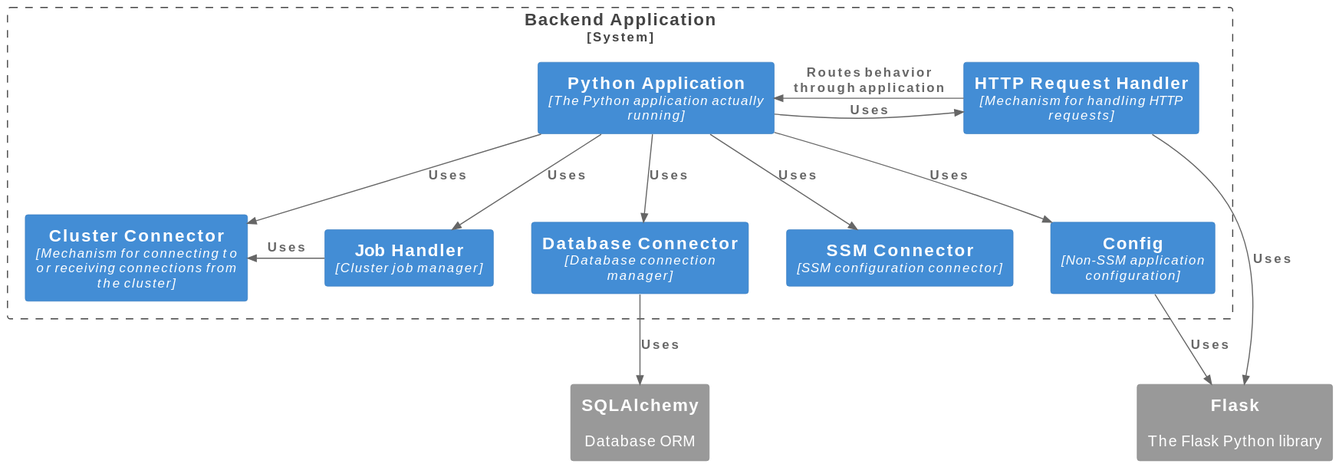
uclahs-cds/package-moPepGen keeps this PlantUML diagram as docs/webapp/backend application.svg. Above is the earlier version. The source it was exported from:
```plantuml
@startuml
!startsub config

!include https://raw.githubusercontent.com/plantuml-stdlib/C4-PlantUML/master/C4_Container.puml
HIDE_STEREOTYPE()

!define DEVICONS https://raw.githubusercontent.com/tupadr3/plantuml-icon-font-sprites/master/devicons2
!include DEVICONS/flask_original.puml
!include DEVICONS/postgresql.puml
!include DEVICONS/r.puml
!include DEVICONS/python.puml

!define FONTAWESOME https://raw.githubusercontent.com/tupadr3/plantuml-icon-font-sprites/master/font-awesome-5
!include FONTAWESOME/users.puml
!include FONTAWESOME/lock.puml

!endsub

System_Boundary(BackendApplication, "Backend Application", "The application coordinating MoPepGen execution") {
    Container(PythonApplication, "Python Application", "The Python application actually running")
    Container(HTTPRequestHandler, "HTTP Request Handler", "Mechanism for handling HTTP requests")
    Container(ClusterConnector, "Cluster Connector", "Mechanism for connecting to or receiving connections from the cluster")
    Container(JobHandler, "Job Handler", "Cluster job manager")
    Container(DatabaseConnector, "Database Connector", "Database connection manager")
    Container(SSMConnector, "SSM Connector", "SSM configuration connector")
    Container(Config, "Config", "Non-SSM application configuration")

    Rel_Right(PythonApplication, HTTPRequestHandler, "Uses")
    Rel_Left(HTTPRequestHandler, PythonApplication, "Routes behavior through application")

    Rel(PythonApplication, ClusterConnector, "Uses")
    Rel(PythonApplication, JobHandler, "Uses")
    Rel(PythonApplication, DatabaseConnector, "Uses")
    Rel(PythonApplication, SSMConnector, "Uses")
    Rel(PythonApplication, Config, "Uses")

    Rel_Left(JobHandler, ClusterConnector, "Uses")
}

System_Ext(Flask, "Flask", "The Flask Python library")
Rel(HTTPRequestHandler, Flask, "Uses")
Rel(Config, Flask, "Uses")

System_Ext(SQLAlchemy, "SQLAlchemy", "Database ORM")
Rel(DatabaseConnector, SQLAlchemy, "Uses")
@enduml
```
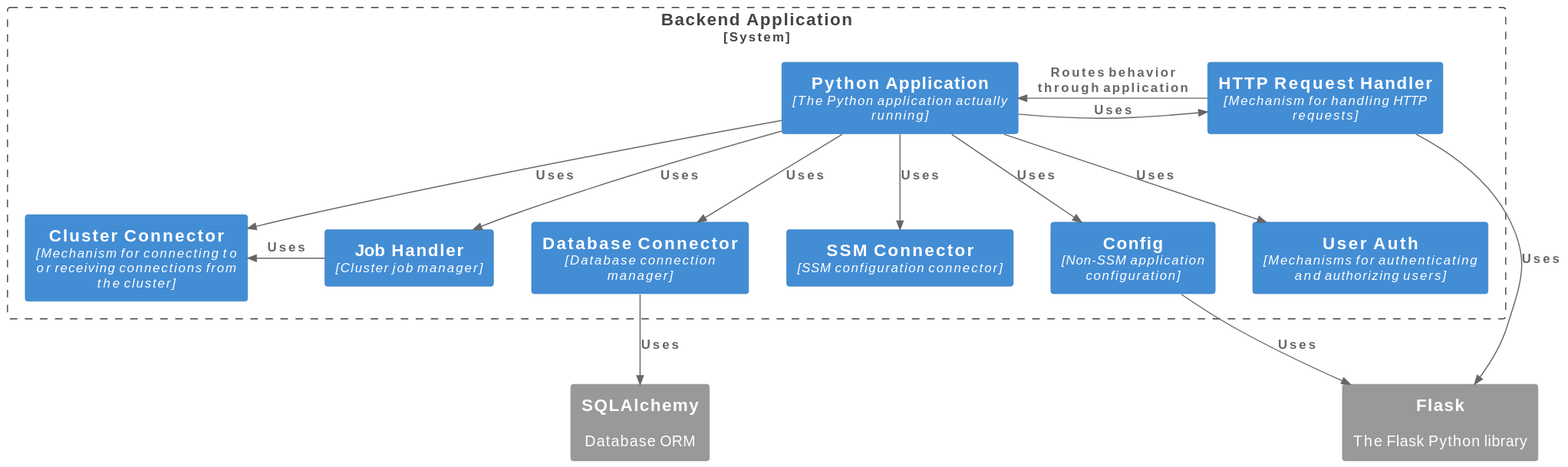
After the commit.

Commit message:
Add user auth to backend diagram

Diff of the diagram source:
```diff
@@ -24,6 +24,7 @@
     Container(DatabaseConnector, "Database Connector", "Database connection manager")
     Container(SSMConnector, "SSM Connector", "SSM configuration connector")
     Container(Config, "Config", "Non-SSM application configuration")
+    Container(UserAuth, "User Auth", "Mechanisms for authenticating and authorizing users")
 
     Rel_Right(PythonApplication, HTTPRequestHandler, "Uses")
     Rel_Left(HTTPRequestHandler, PythonApplication, "Routes behavior through application")
@@ -33,6 +34,7 @@
     Rel(PythonApplication, DatabaseConnector, "Uses")
     Rel(PythonApplication, SSMConnector, "Uses")
     Rel(PythonApplication, Config, "Uses")
+    Rel(PythonApplication, UserAuth, "Uses")
 
     Rel_Left(JobHandler, ClusterConnector, "Uses")
 }
```
